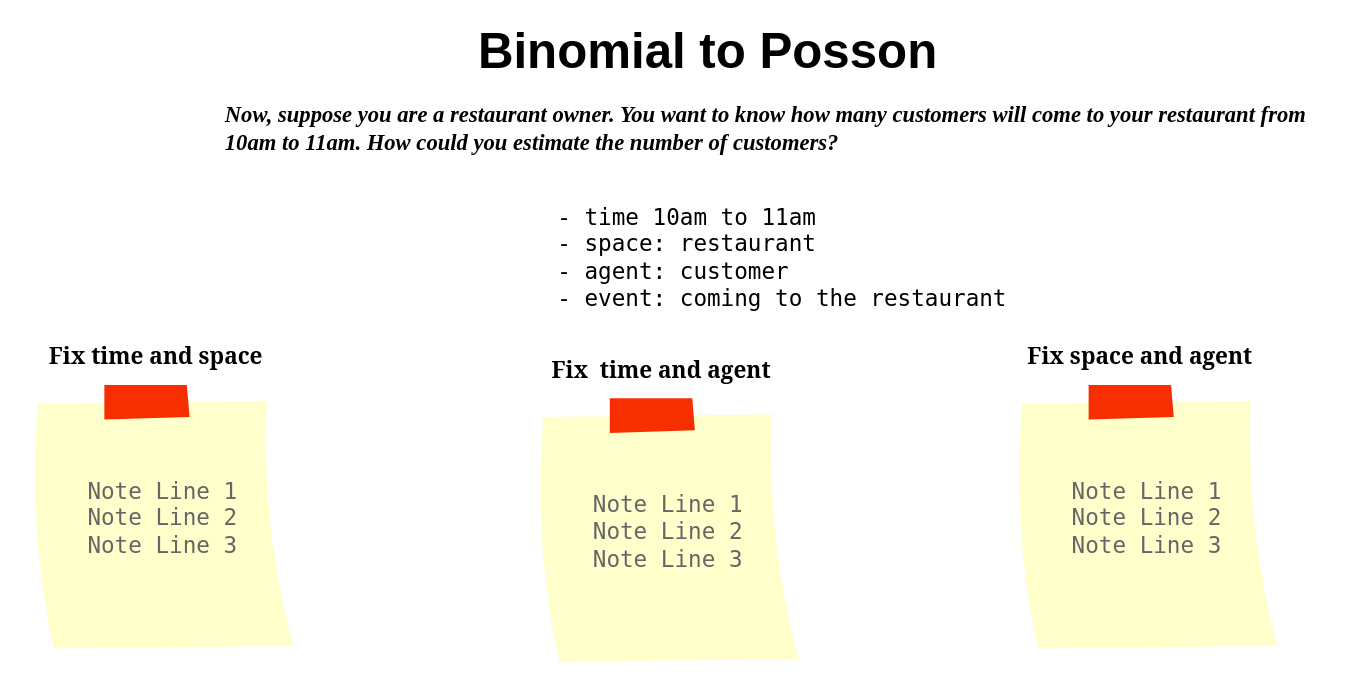
The draw.io diagram drawio/binomial-to-poisson.drawio in oceanumeric/data-science-go-small, before the edit. Source tidied: cells renumbered, new cells numbered last; positions are measured from the earlier drawing's top-left corner, leaving out a move shared by most shapes. Both pictures are drawn from the tidied source at 133%, with x=0, y=0 at pixel (23, 32).
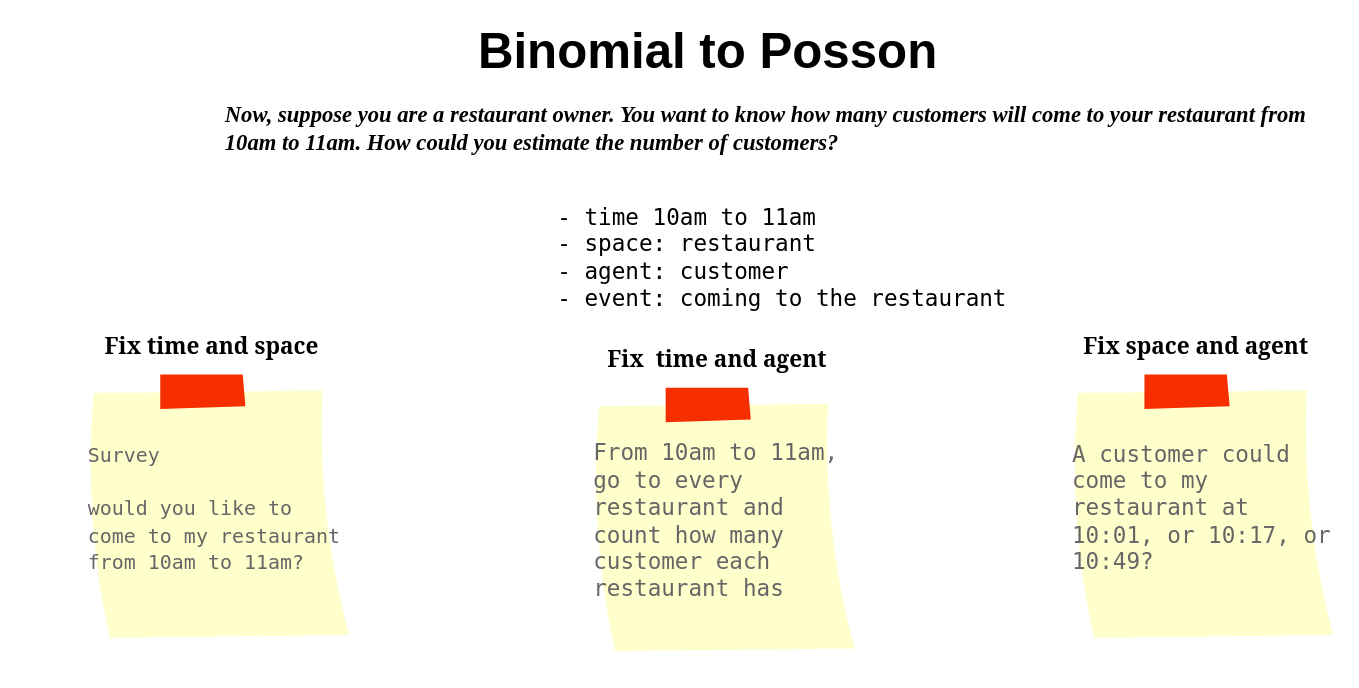
The same page after the edit.

Diff of the diagram source:
```diff
@@
 <mxGraphModel background="#ffffff">
   <root>
     <mxCell id="0" />
     <mxCell id="1" parent="0" />
     <mxCell id="2" value="Binomial to Posson" style="text;html=1;strokeColor=none;fillColor=none;align=center;verticalAlign=middle;whiteSpace=wrap;rounded=0;fontColor=#000000;fontStyle=1;fontSize=37;" parent="1" vertex="1">
       <mxGeometry x="320" width="390" height="30" as="geometry" />
     </mxCell>
     <mxCell id="3" value="&lt;font style=&quot;font-size: 17px;&quot; face=&quot;Times New Roman&quot;&gt;&lt;i&gt;&lt;span style=&quot;&quot;&gt;Now, suppose you are a restaurant owner. You want to know how many customers will come to your restaurant from 10am to 11am. How could you estimate the number of customers?&lt;/span&gt;&amp;nbsp;&amp;nbsp;&lt;/i&gt;&lt;/font&gt;" style="text;html=1;strokeColor=none;fillColor=none;align=left;verticalAlign=middle;whiteSpace=wrap;rounded=0;fontSize=17;fontColor=#000000;fontStyle=1;" parent="1" vertex="1">
       <mxGeometry x="150" y="23" width="830" height="100" as="geometry" />
     </mxCell>
     <mxCell id="4" value="- time 10am to 11am&amp;nbsp;&lt;br&gt;- space: restaurant&lt;br&gt;- agent: customer&lt;br&gt;- event: coming to the restaurant" style="text;html=1;strokeColor=none;fillColor=none;align=left;verticalAlign=middle;whiteSpace=wrap;rounded=0;labelBackgroundColor=none;fontFamily=Lucida Console;fontSize=17;fontColor=#000000;" parent="1" vertex="1">
       <mxGeometry x="400" y="99" width="390" height="140" as="geometry" />
     </mxCell>
     <mxCell id="5" style="group;" parent="1" vertex="1">
-      <mxGeometry y="229" width="205" height="236" as="geometry" />
+      <mxGeometry x="42" y="221" width="205" height="236" as="geometry" />
     </mxCell>
-    <mxCell id="6" value="Note Line 1&#10;Note Line 2&#10;Note Line 3" style="strokeWidth=1;shadow=0;dashed=0;align=center;html=1;shape=mxgraph.mockup.text.stickyNote2;fontColor=#666666;mainText=;fontSize=17;whiteSpace=wrap;fillColor=#ffffcc;strokeColor=#F62E00;labelBackgroundColor=none;fontFamily=Lucida Console;" parent="5" vertex="1">
+    <mxCell id="6" value="&lt;font style=&quot;font-size: 15px;&quot;&gt;Survey&lt;br&gt;&lt;br&gt;would you like to come to my restaurant from 10am to 11am?&lt;/font&gt;" style="strokeWidth=1;shadow=0;dashed=0;align=left;html=1;shape=mxgraph.mockup.text.stickyNote2;fontColor=#666666;mainText=;fontSize=17;whiteSpace=wrap;fillColor=#ffffcc;strokeColor=#F62E00;labelBackgroundColor=none;fontFamily=Lucida Console;" parent="5" vertex="1">
       <mxGeometry x="5" y="36" width="200" height="200" as="geometry" />
     </mxCell>
     <mxCell id="7" value="Fix time and space" style="text;html=1;strokeColor=none;fillColor=none;align=center;verticalAlign=middle;whiteSpace=wrap;rounded=0;labelBackgroundColor=none;fontFamily=Georgia;fontSize=17;fontColor=#000000;fontStyle=1;" parent="5" vertex="1">
       <mxGeometry width="200" height="30" as="geometry" />
     </mxCell>
     <mxCell id="8" style="group;" parent="1" vertex="1">
-      <mxGeometry x="380" y="239" width="205" height="236" as="geometry" />
+      <mxGeometry x="422" y="231" width="205" height="236" as="geometry" />
     </mxCell>
-    <mxCell id="9" value="Note Line 1&#10;Note Line 2&#10;Note Line 3" style="strokeWidth=1;shadow=0;dashed=0;align=center;html=1;shape=mxgraph.mockup.text.stickyNote2;fontColor=#666666;mainText=;fontSize=17;whiteSpace=wrap;fillColor=#ffffcc;strokeColor=#F62E00;labelBackgroundColor=none;fontFamily=Lucida Console;" parent="8" vertex="1">
+    <mxCell id="9" value="From 10am to 11am, go to every restaurant and count how many customer each restaurant has" style="strokeWidth=1;shadow=0;dashed=0;align=left;html=1;shape=mxgraph.mockup.text.stickyNote2;fontColor=#666666;mainText=;fontSize=17;whiteSpace=wrap;fillColor=#ffffcc;strokeColor=#F62E00;labelBackgroundColor=none;fontFamily=Lucida Console;" parent="8" vertex="1">
       <mxGeometry x="5" y="36" width="200" height="200" as="geometry" />
     </mxCell>
     <mxCell id="10" value="Fix&amp;nbsp; time and agent" style="text;html=1;strokeColor=none;fillColor=none;align=center;verticalAlign=middle;whiteSpace=wrap;rounded=0;labelBackgroundColor=none;fontFamily=Georgia;fontSize=17;fontColor=#000000;fontStyle=1;" parent="8" vertex="1">
       <mxGeometry width="200" height="30" as="geometry" />
     </mxCell>
     <mxCell id="11" style="group;" parent="1" vertex="1">
-      <mxGeometry x="740" y="229" width="205" height="236" as="geometry" />
+      <mxGeometry x="782" y="221" width="205" height="236" as="geometry" />
     </mxCell>
-    <mxCell id="12" value="Note Line 1&#10;Note Line 2&#10;Note Line 3" style="strokeWidth=1;shadow=0;dashed=0;align=center;html=1;shape=mxgraph.mockup.text.stickyNote2;fontColor=#666666;mainText=;fontSize=17;whiteSpace=wrap;fillColor=#ffffcc;strokeColor=#F62E00;labelBackgroundColor=none;fontFamily=Lucida Console;" parent="11" vertex="1">
+    <mxCell id="12" value="A customer could come to my restaurant at 10:01, or 10:17, or 10:49?" style="strokeWidth=1;shadow=0;dashed=0;align=left;html=1;shape=mxgraph.mockup.text.stickyNote2;fontColor=#666666;mainText=;fontSize=17;whiteSpace=wrap;fillColor=#ffffcc;strokeColor=#F62E00;labelBackgroundColor=none;fontFamily=Lucida Console;" parent="11" vertex="1">
       <mxGeometry x="5" y="36" width="200" height="200" as="geometry" />
     </mxCell>
     <mxCell id="13" value="Fix space and agent" style="text;html=1;strokeColor=none;fillColor=none;align=center;verticalAlign=middle;whiteSpace=wrap;rounded=0;labelBackgroundColor=none;fontFamily=Georgia;fontSize=17;fontColor=#000000;fontStyle=1;" parent="11" vertex="1">
       <mxGeometry width="200" height="30" as="geometry" />
     </mxCell>
   </root>
 </mxGraphModel>
```
